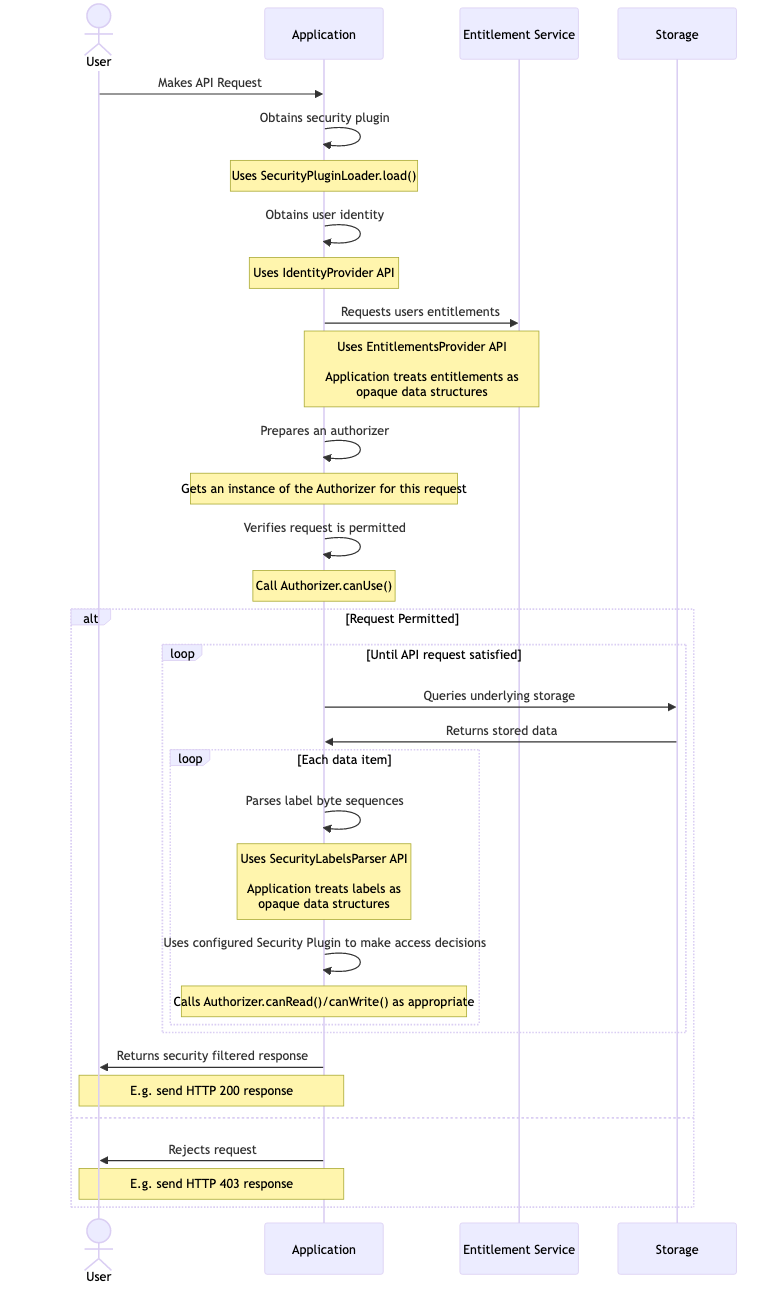
Earlier version of the Mermaid export docs/security/label-data-access-flow.png (telicent-oss/smart-caches-core). Its source is kept beside it as docs/security/label-data-access-flow.mmd.
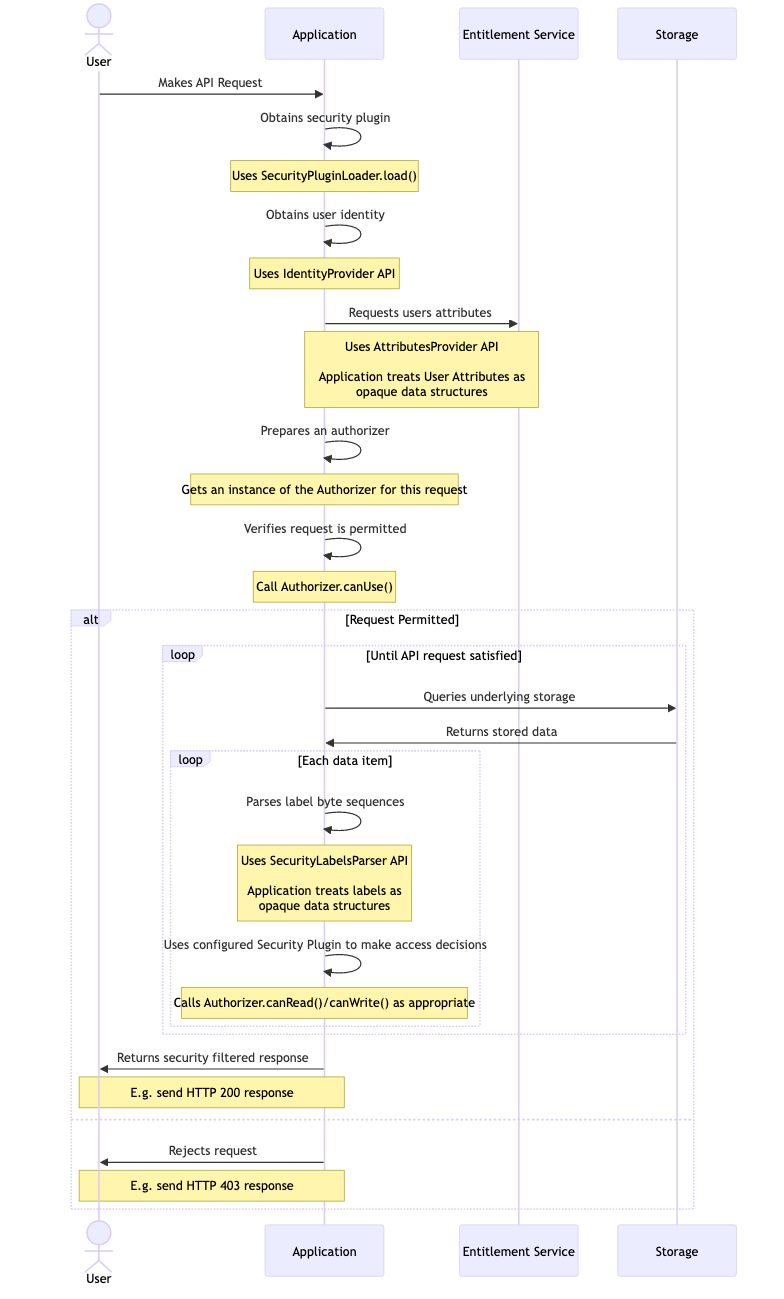
The same diagram one commit later.

Change to the diagram source:
```diff
@@ -9,8 +9,8 @@
   note over A: Uses SecurityPluginLoader.load()
   A->>A: Obtains user identity
   note over A: Uses IdentityProvider API
-  A->>E: Requests users entitlements
-  note over A,E: Uses EntitlementsProvider API<br /><br />Application treats entitlements as <br />opaque data structures
+  A->>E: Requests users attributes
+  note over A,E: Uses AttributesProvider API<br /><br />Application treats User Attributes as <br />opaque data structures
   A->>A: Prepares an authorizer
   note over A: Gets an instance of the Authorizer for this request
   A->>A: Verifies request is permitted
```
